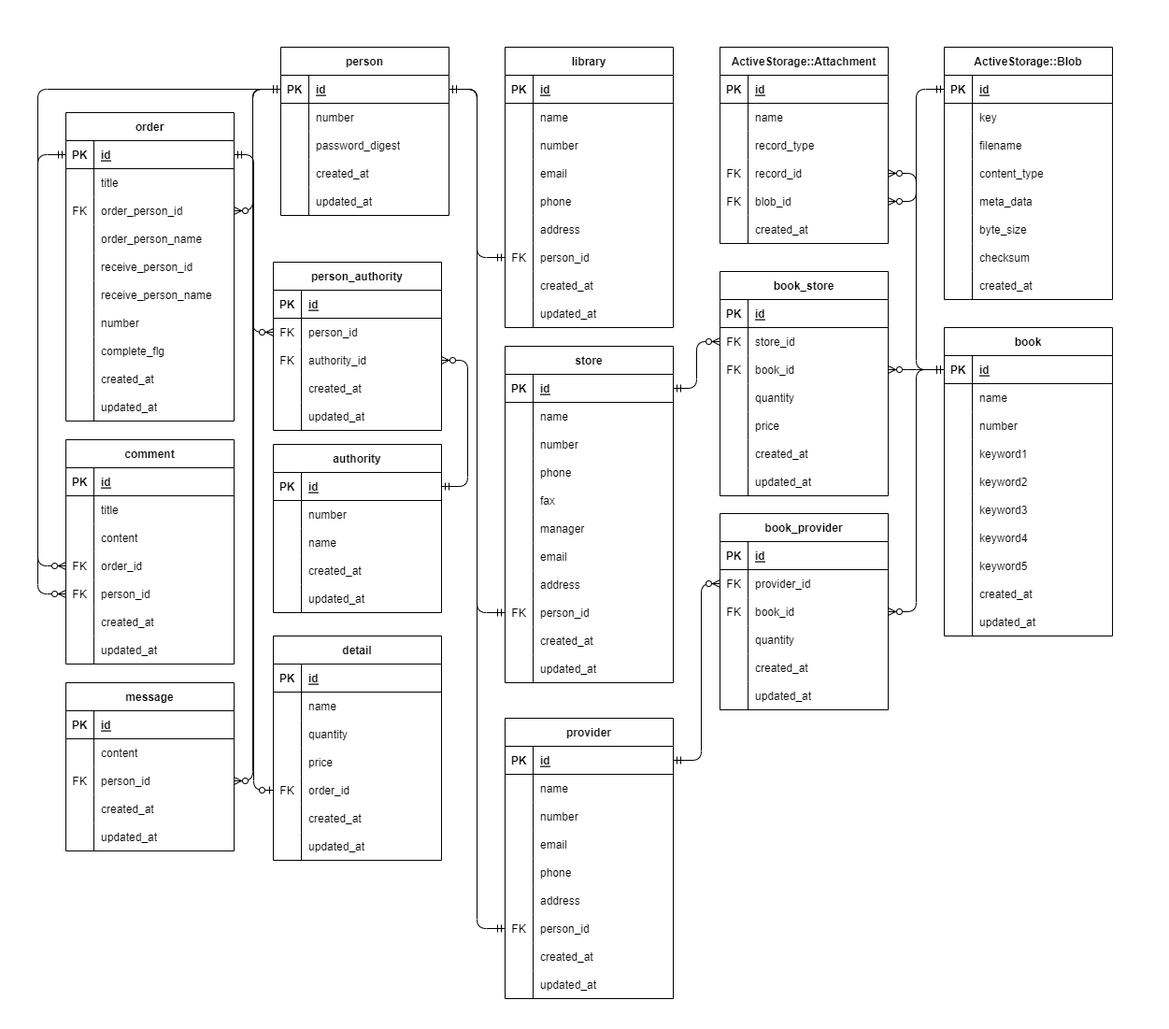
Above: DotLibrary_ER.png in yoshihiro-kawabata/DotLibrary (draw.io), before the change. Source tidied: cells renumbered, new cells last; positions are measured from the earlier drawing's top-left corner, leaving out a move shared by most shapes.
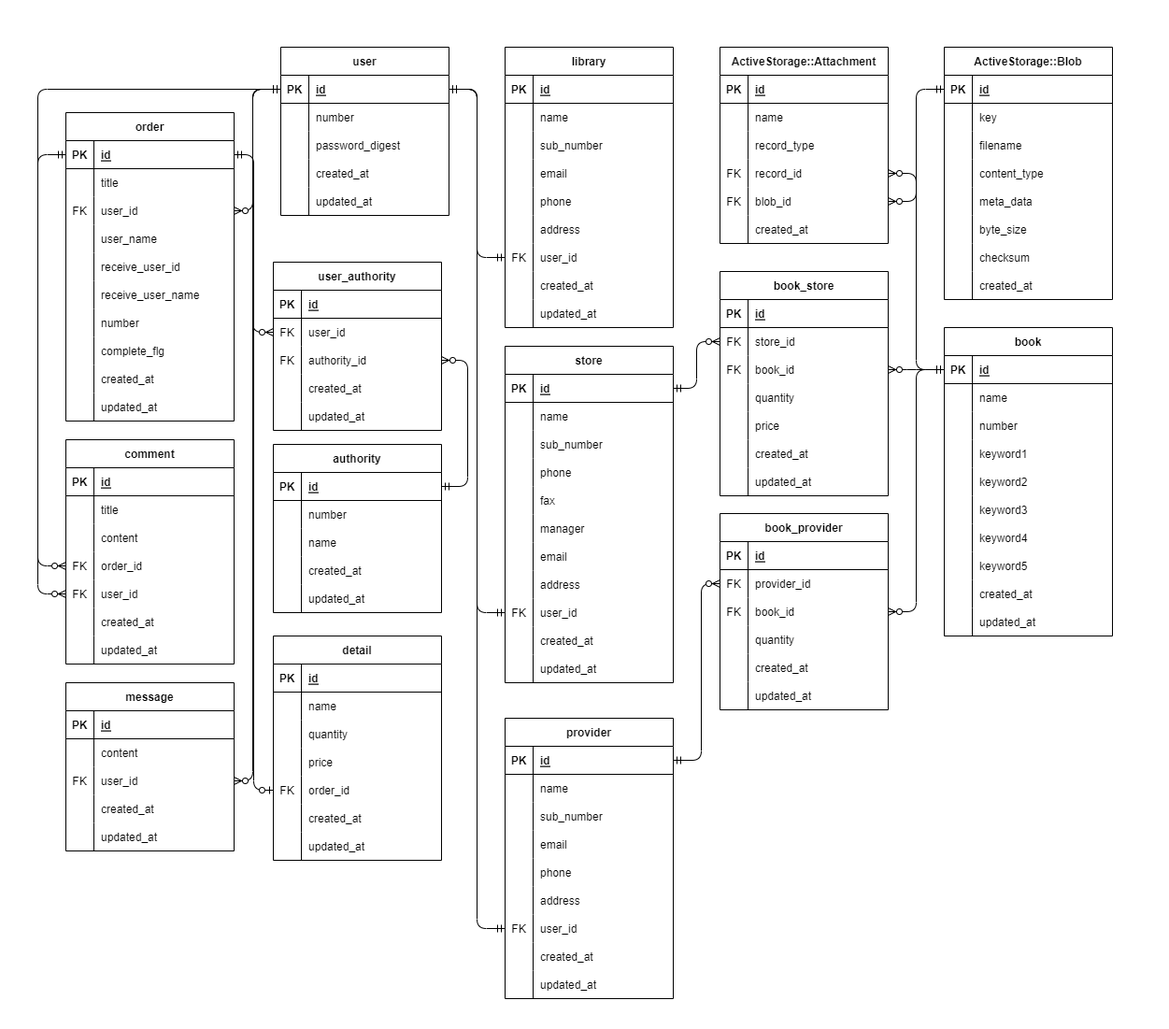
The same file after the commit.

What changed in the source:
```diff
@@ -263,7 +263,7 @@
     <mxCell id="88" style="shape=partialRectangle;fillColor=none;top=0;left=0;bottom=0;right=0;overflow=hidden;strokeColor=#000000;fontColor=#000000;" parent="87" vertex="1">
       <mxGeometry width="30" height="30" as="geometry" />
     </mxCell>
-    <mxCell id="89" value="number" style="shape=partialRectangle;fillColor=none;top=0;left=0;bottom=0;right=0;align=left;spacingLeft=6;overflow=hidden;strokeColor=#000000;fontColor=#000000;" parent="87" vertex="1">
+    <mxCell id="89" value="sub_number" style="shape=partialRectangle;fillColor=none;top=0;left=0;bottom=0;right=0;align=left;spacingLeft=6;overflow=hidden;strokeColor=#000000;fontColor=#000000;" parent="87" vertex="1">
       <mxGeometry x="30" width="150" height="30" as="geometry" />
     </mxCell>
     <mxCell id="90" style="shape=partialRectangle;fillColor=none;top=0;left=0;bottom=0;right=0;strokeColor=#000000;fontColor=#000000;" parent="80" vertex="1">
@@ -299,7 +299,7 @@
     <mxCell id="100" value="FK" style="shape=partialRectangle;fillColor=none;top=0;left=0;bottom=0;right=0;overflow=hidden;strokeColor=#000000;fontColor=#000000;" parent="99" vertex="1">
       <mxGeometry width="30" height="30" as="geometry" />
     </mxCell>
-    <mxCell id="101" value="person_id" style="shape=partialRectangle;fillColor=none;top=0;left=0;bottom=0;right=0;align=left;spacingLeft=6;overflow=hidden;strokeColor=#000000;fontColor=#000000;" parent="99" vertex="1">
+    <mxCell id="101" value="user_id" style="shape=partialRectangle;fillColor=none;top=0;left=0;bottom=0;right=0;align=left;spacingLeft=6;overflow=hidden;strokeColor=#000000;fontColor=#000000;" parent="99" vertex="1">
       <mxGeometry x="30" width="150" height="30" as="geometry" />
     </mxCell>
     <mxCell id="102" style="shape=partialRectangle;fillColor=none;top=0;left=0;bottom=0;right=0;strokeColor=#000000;fontColor=#000000;" parent="80" vertex="1">
@@ -347,7 +347,7 @@
     <mxCell id="116" style="shape=partialRectangle;fillColor=none;top=0;left=0;bottom=0;right=0;overflow=hidden;strokeColor=#000000;fontColor=#000000;" parent="115" vertex="1">
       <mxGeometry width="30" height="30" as="geometry" />
     </mxCell>
-    <mxCell id="117" value="number" style="shape=partialRectangle;fillColor=none;top=0;left=0;bottom=0;right=0;align=left;spacingLeft=6;overflow=hidden;strokeColor=#000000;fontColor=#000000;" parent="115" vertex="1">
+    <mxCell id="117" value="sub_number" style="shape=partialRectangle;fillColor=none;top=0;left=0;bottom=0;right=0;align=left;spacingLeft=6;overflow=hidden;strokeColor=#000000;fontColor=#000000;" parent="115" vertex="1">
       <mxGeometry x="30" width="150" height="30" as="geometry" />
     </mxCell>
     <mxCell id="118" style="shape=partialRectangle;fillColor=none;top=0;left=0;bottom=0;right=0;strokeColor=#000000;fontColor=#000000;" parent="108" vertex="1">
@@ -401,7 +401,7 @@
     <mxCell id="134" value="FK" style="shape=partialRectangle;fillColor=none;top=0;left=0;bottom=0;right=0;overflow=hidden;strokeColor=#000000;fontColor=#000000;" parent="133" vertex="1">
       <mxGeometry width="30" height="30" as="geometry" />
     </mxCell>
-    <mxCell id="135" value="person_id" style="shape=partialRectangle;fillColor=none;top=0;left=0;bottom=0;right=0;align=left;spacingLeft=6;overflow=hidden;strokeColor=#000000;fontColor=#000000;" parent="133" vertex="1">
+    <mxCell id="135" value="user_id" style="shape=partialRectangle;fillColor=none;top=0;left=0;bottom=0;right=0;align=left;spacingLeft=6;overflow=hidden;strokeColor=#000000;fontColor=#000000;" parent="133" vertex="1">
       <mxGeometry x="30" width="150" height="30" as="geometry" />
     </mxCell>
     <mxCell id="136" style="shape=partialRectangle;fillColor=none;top=0;left=0;bottom=0;right=0;strokeColor=#000000;fontColor=#000000;" parent="108" vertex="1">
@@ -526,7 +526,7 @@
     <mxCell id="174" style="shape=partialRectangle;fillColor=none;top=0;left=0;bottom=0;right=0;overflow=hidden;strokeColor=#000000;fontColor=#000000;" parent="173" vertex="1">
       <mxGeometry width="30" height="30" as="geometry" />
     </mxCell>
-    <mxCell id="175" value="number" style="shape=partialRectangle;fillColor=none;top=0;left=0;bottom=0;right=0;align=left;spacingLeft=6;overflow=hidden;strokeColor=#000000;fontColor=#000000;" parent="173" vertex="1">
+    <mxCell id="175" value="sub_number" style="shape=partialRectangle;fillColor=none;top=0;left=0;bottom=0;right=0;align=left;spacingLeft=6;overflow=hidden;strokeColor=#000000;fontColor=#000000;" parent="173" vertex="1">
       <mxGeometry x="30" width="150" height="30" as="geometry" />
     </mxCell>
     <mxCell id="176" style="shape=partialRectangle;fillColor=none;top=0;left=0;bottom=0;right=0;strokeColor=#000000;fontColor=#000000;" parent="166" vertex="1">
@@ -562,7 +562,7 @@
     <mxCell id="186" value="FK" style="shape=partialRectangle;fillColor=none;top=0;left=0;bottom=0;right=0;overflow=hidden;strokeColor=#000000;fontColor=#000000;" parent="185" vertex="1">
       <mxGeometry width="30" height="30" as="geometry" />
     </mxCell>
-    <mxCell id="187" value="person_id" style="shape=partialRectangle;fillColor=none;top=0;left=0;bottom=0;right=0;align=left;spacingLeft=6;overflow=hidden;strokeColor=#000000;fontColor=#000000;" parent="185" vertex="1">
+    <mxCell id="187" value="user_id" style="shape=partialRectangle;fillColor=none;top=0;left=0;bottom=0;right=0;align=left;spacingLeft=6;overflow=hidden;strokeColor=#000000;fontColor=#000000;" parent="185" vertex="1">
       <mxGeometry x="30" width="150" height="30" as="geometry" />
     </mxCell>
     <mxCell id="188" style="shape=partialRectangle;fillColor=none;top=0;left=0;bottom=0;right=0;strokeColor=#000000;fontColor=#000000;" parent="166" vertex="1">
@@ -583,12 +583,6 @@
     <mxCell id="193" value="updated_at" style="shape=partialRectangle;fillColor=none;top=0;left=0;bottom=0;right=0;align=left;spacingLeft=6;overflow=hidden;strokeColor=#000000;fontColor=#000000;" parent="191" vertex="1">
       <mxGeometry x="30" width="150" height="30" as="geometry" />
     </mxCell>
-    <mxCell id="194" style="shape=partialRectangle;fillColor=none;top=0;left=0;bottom=0;right=0;strokeColor=#000000;fontColor=#000000;" parent="1" vertex="1">
-      <mxGeometry x="570" y="840" width="180" height="30" as="geometry" />
-    </mxCell>
-    <mxCell id="195" style="shape=partialRectangle;fillColor=none;top=0;left=0;bottom=0;right=0;overflow=hidden;strokeColor=#000000;fontColor=#000000;" parent="194" vertex="1">
-      <mxGeometry width="30" height="30" as="geometry" />
-    </mxCell>
     <mxCell id="196" value="book_provider" style="shape=table;startSize=30;rowLines=0;fontStyle=1;align=center;strokeColor=#000000;fontColor=#000000;fillColor=none;" parent="1" vertex="1">
       <mxGeometry x="770" y="549" width="180" height="210" as="geometry" />
     </mxCell>
@@ -662,7 +656,7 @@
         </Array>
       </mxGeometry>
     </mxCell>
-    <mxCell id="217" value="person" style="shape=table;startSize=30;rowLines=0;fontStyle=1;align=center;strokeColor=#000000;fontColor=#000000;fillColor=none;" parent="1" vertex="1">
+    <mxCell id="217" value="user" style="shape=table;startSize=30;rowLines=0;fontStyle=1;align=center;strokeColor=#000000;fontColor=#000000;fillColor=none;" parent="1" vertex="1">
       <mxGeometry x="300" y="50" width="180" height="180" as="geometry" />
     </mxCell>
     <mxCell id="218" style="shape=partialRectangle;fillColor=none;top=0;left=0;bottom=1;right=0;points=[[0,0.5],[1,0.5]];portConstraint=eastwest;strokeColor=#000000;fontColor=#000000;" parent="217" vertex="1">
@@ -746,7 +740,7 @@
     <mxCell id="244" value="FK" style="shape=partialRectangle;fillColor=none;top=0;left=0;bottom=0;right=0;overflow=hidden;strokeColor=#000000;fontColor=#000000;" parent="243" vertex="1">
       <mxGeometry width="30" height="30" as="geometry" />
     </mxCell>
-    <mxCell id="245" value="person_id" style="shape=partialRectangle;fillColor=none;top=0;left=0;bottom=0;right=0;align=left;spacingLeft=6;overflow=hidden;strokeColor=#000000;fontColor=#000000;" parent="243" vertex="1">
+    <mxCell id="245" value="user_id" style="shape=partialRectangle;fillColor=none;top=0;left=0;bottom=0;right=0;align=left;spacingLeft=6;overflow=hidden;strokeColor=#000000;fontColor=#000000;" parent="243" vertex="1">
       <mxGeometry x="30" width="150" height="30" as="geometry" />
     </mxCell>
     <mxCell id="246" style="shape=partialRectangle;fillColor=none;top=0;left=0;bottom=0;right=0;strokeColor=#000000;fontColor=#000000;" parent="236" vertex="1">
@@ -775,7 +769,7 @@
         </Array>
       </mxGeometry>
     </mxCell>
-    <mxCell id="253" value="person_authority" style="shape=table;startSize=30;rowLines=0;fontStyle=1;align=center;strokeColor=#000000;fontColor=#000000;fillColor=none;" parent="1" vertex="1">
+    <mxCell id="253" value="user_authority" style="shape=table;startSize=30;rowLines=0;fontStyle=1;align=center;strokeColor=#000000;fontColor=#000000;fillColor=none;" parent="1" vertex="1">
       <mxGeometry x="292" y="280" width="180" height="180" as="geometry" />
     </mxCell>
     <mxCell id="254" style="shape=partialRectangle;fillColor=none;top=0;left=0;bottom=1;right=0;strokeColor=#000000;fontColor=#000000;" parent="253" vertex="1">
@@ -793,7 +787,7 @@
     <mxCell id="258" value="FK" style="shape=partialRectangle;fillColor=none;top=0;left=0;bottom=0;right=0;overflow=hidden;strokeColor=#000000;fontColor=#000000;" parent="257" vertex="1">
       <mxGeometry width="30" height="30" as="geometry" />
     </mxCell>
-    <mxCell id="259" value="person_id" style="shape=partialRectangle;fillColor=none;top=0;left=0;bottom=0;right=0;align=left;spacingLeft=6;overflow=hidden;strokeColor=#000000;fontColor=#000000;fontStyle=0;" parent="257" vertex="1">
+    <mxCell id="259" value="user_id" style="shape=partialRectangle;fillColor=none;top=0;left=0;bottom=0;right=0;align=left;spacingLeft=6;overflow=hidden;strokeColor=#000000;fontColor=#000000;fontStyle=0;" parent="257" vertex="1">
       <mxGeometry x="30" width="150" height="30" as="geometry" />
     </mxCell>
     <mxCell id="260" style="shape=partialRectangle;fillColor=none;top=0;left=0;bottom=0;right=0;points=[[0,0.5],[1,0.5]];portConstraint=eastwest;strokeColor=#000000;fontColor=#000000;" parent="253" vertex="1">
@@ -906,7 +900,7 @@
     <mxCell id="294" value="FK" style="shape=partialRectangle;fillColor=none;top=0;left=0;bottom=0;right=0;overflow=hidden;strokeColor=#000000;fontColor=#000000;" parent="293" vertex="1">
       <mxGeometry width="30" height="30" as="geometry" />
     </mxCell>
-    <mxCell id="295" value="order_person_id" style="shape=partialRectangle;fillColor=none;top=0;left=0;bottom=0;right=0;align=left;spacingLeft=6;overflow=hidden;strokeColor=#000000;fontColor=#000000;" parent="293" vertex="1">
+    <mxCell id="295" value="user_id" style="shape=partialRectangle;fillColor=none;top=0;left=0;bottom=0;right=0;align=left;spacingLeft=6;overflow=hidden;strokeColor=#000000;fontColor=#000000;" parent="293" vertex="1">
       <mxGeometry x="30" width="150" height="30" as="geometry" />
     </mxCell>
     <mxCell id="296" style="shape=partialRectangle;fillColor=none;top=0;left=0;bottom=0;right=0;strokeColor=#000000;fontColor=#000000;" parent="286" vertex="1">
@@ -915,7 +909,7 @@
     <mxCell id="297" style="shape=partialRectangle;fillColor=none;top=0;left=0;bottom=0;right=0;overflow=hidden;strokeColor=#000000;fontColor=#000000;" parent="296" vertex="1">
       <mxGeometry width="30" height="30" as="geometry" />
     </mxCell>
-    <mxCell id="298" value="order_person_name" style="shape=partialRectangle;fillColor=none;top=0;left=0;bottom=0;right=0;align=left;spacingLeft=6;overflow=hidden;strokeColor=#000000;fontColor=#000000;" parent="296" vertex="1">
+    <mxCell id="298" value="user_name" style="shape=partialRectangle;fillColor=none;top=0;left=0;bottom=0;right=0;align=left;spacingLeft=6;overflow=hidden;strokeColor=#000000;fontColor=#000000;" parent="296" vertex="1">
       <mxGeometry x="30" width="150" height="30" as="geometry" />
     </mxCell>
     <mxCell id="299" style="shape=partialRectangle;fillColor=none;top=0;left=0;bottom=0;right=0;strokeColor=#000000;fontColor=#000000;" parent="286" vertex="1">
@@ -924,7 +918,7 @@
     <mxCell id="300" style="shape=partialRectangle;fillColor=none;top=0;left=0;bottom=0;right=0;overflow=hidden;strokeColor=#000000;fontColor=#000000;" parent="299" vertex="1">
       <mxGeometry width="30" height="30" as="geometry" />
     </mxCell>
-    <mxCell id="301" value="receive_person_id" style="shape=partialRectangle;fillColor=none;top=0;left=0;bottom=0;right=0;align=left;spacingLeft=6;overflow=hidden;strokeColor=#000000;fontColor=#000000;" parent="299" vertex="1">
+    <mxCell id="301" value="receive_user_id" style="shape=partialRectangle;fillColor=none;top=0;left=0;bottom=0;right=0;align=left;spacingLeft=6;overflow=hidden;strokeColor=#000000;fontColor=#000000;" parent="299" vertex="1">
       <mxGeometry x="30" width="150" height="30" as="geometry" />
     </mxCell>
     <mxCell id="302" style="shape=partialRectangle;fillColor=none;top=0;left=0;bottom=0;right=0;strokeColor=#000000;fontColor=#000000;" parent="286" vertex="1">
@@ -933,7 +927,7 @@
     <mxCell id="303" style="shape=partialRectangle;fillColor=none;top=0;left=0;bottom=0;right=0;overflow=hidden;strokeColor=#000000;fontColor=#000000;" parent="302" vertex="1">
       <mxGeometry width="30" height="30" as="geometry" />
     </mxCell>
-    <mxCell id="304" value="receive_person_name" style="shape=partialRectangle;fillColor=none;top=0;left=0;bottom=0;right=0;align=left;spacingLeft=6;overflow=hidden;strokeColor=#000000;fontColor=#000000;" parent="302" vertex="1">
+    <mxCell id="304" value="receive_user_name" style="shape=partialRectangle;fillColor=none;top=0;left=0;bottom=0;right=0;align=left;spacingLeft=6;overflow=hidden;strokeColor=#000000;fontColor=#000000;" parent="302" vertex="1">
       <mxGeometry x="30" width="150" height="30" as="geometry" />
     </mxCell>
     <mxCell id="305" style="shape=partialRectangle;fillColor=none;top=0;left=0;bottom=0;right=0;strokeColor=#000000;fontColor=#000000;" parent="286" vertex="1">
@@ -1025,7 +1019,7 @@
     <mxCell id="332" value="FK" style="shape=partialRectangle;fillColor=none;top=0;left=0;bottom=0;right=0;overflow=hidden;strokeColor=#000000;fontColor=#000000;" parent="331" vertex="1">
       <mxGeometry width="30" height="30" as="geometry" />
     </mxCell>
-    <mxCell id="333" value="person_id" style="shape=partialRectangle;fillColor=none;top=0;left=0;bottom=0;right=0;align=left;spacingLeft=6;overflow=hidden;strokeColor=#000000;fontColor=#000000;" parent="331" vertex="1">
+    <mxCell id="333" value="user_id" style="shape=partialRectangle;fillColor=none;top=0;left=0;bottom=0;right=0;align=left;spacingLeft=6;overflow=hidden;strokeColor=#000000;fontColor=#000000;" parent="331" vertex="1">
       <mxGeometry x="30" width="150" height="30" as="geometry" />
     </mxCell>
     <mxCell id="334" style="shape=partialRectangle;fillColor=none;top=0;left=0;bottom=0;right=0;strokeColor=#000000;fontColor=#000000;" parent="318" vertex="1">
```
